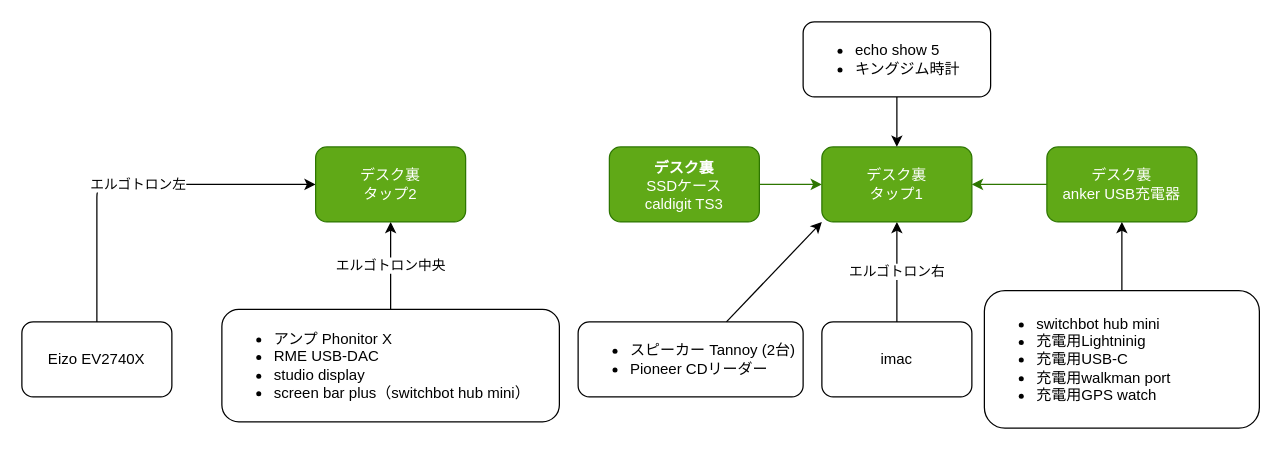
Above: docs/_pages/mac/tap.dio in ToAmano/ToAmano.github.io (draw.io), before the change. Source tidied: cells renumbered, new cells numbered last; positions are measured from the earlier drawing's top-left corner, leaving out a move shared by most shapes. Both pictures are drawn from the tidied source at 125%, with x=0, y=0 at pixel (21, 21).
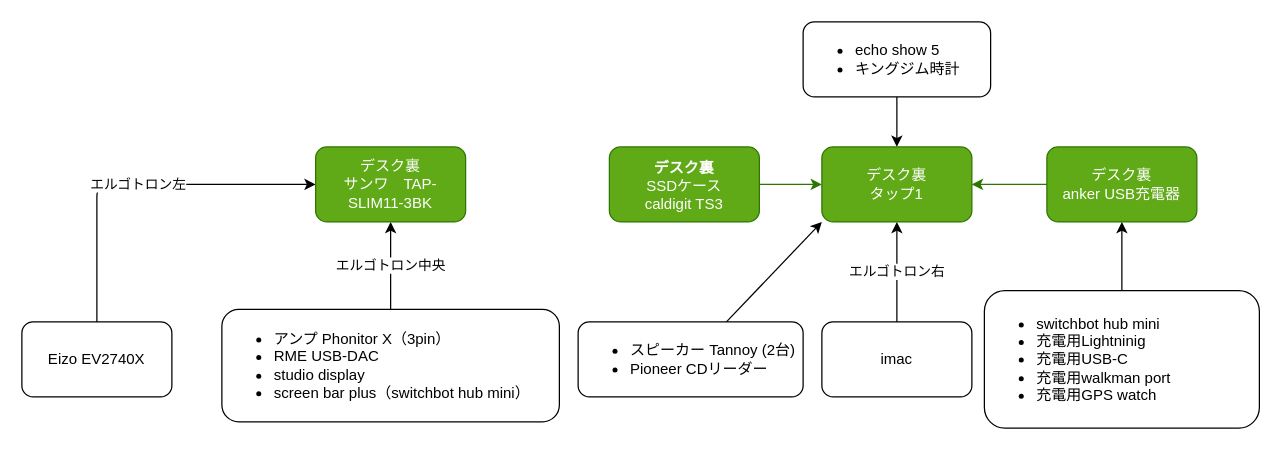
The same page after the edit.

The edit, as a diff of the source:
```diff
@@
-    <mxCell id="9" value="&lt;ul&gt;&lt;li&gt;アンプ Phonitor X&lt;/li&gt;&lt;li&gt;RME USB-DAC&lt;/li&gt;&lt;li&gt;studio display&lt;/li&gt;&lt;li&gt;screen bar plus（switchbot hub mini）&lt;/li&gt;&lt;/ul&gt;" style="whiteSpace=wrap;html=1;rounded=1;align=left;" parent="1" vertex="1">
+    <mxCell id="9" value="&lt;ul&gt;&lt;li&gt;アンプ Phonitor X（3pin）&lt;/li&gt;&lt;li&gt;RME USB-DAC&lt;/li&gt;&lt;li&gt;studio display&lt;/li&gt;&lt;li&gt;screen bar plus（switchbot hub mini）&lt;/li&gt;&lt;/ul&gt;" style="whiteSpace=wrap;html=1;rounded=1;align=left;" parent="1" vertex="1">
       <mxGeometry x="160" y="230" width="270" height="90" as="geometry" />
     </mxCell>
@@
-    <mxCell id="13" value="デスク裏&lt;br&gt;タップ2" style="whiteSpace=wrap;html=1;rounded=1;fillColor=#60a917;fontColor=#ffffff;strokeColor=#2D7600;" parent="1" vertex="1">
+    <mxCell id="13" value="デスク裏&lt;br&gt;サンワ　TAP-SLIM11-3BK" style="whiteSpace=wrap;html=1;rounded=1;fillColor=#60a917;fontColor=#ffffff;strokeColor=#2D7600;" parent="1" vertex="1">
       <mxGeometry x="235" y="100" width="120" height="60" as="geometry" />
     </mxCell>
```
